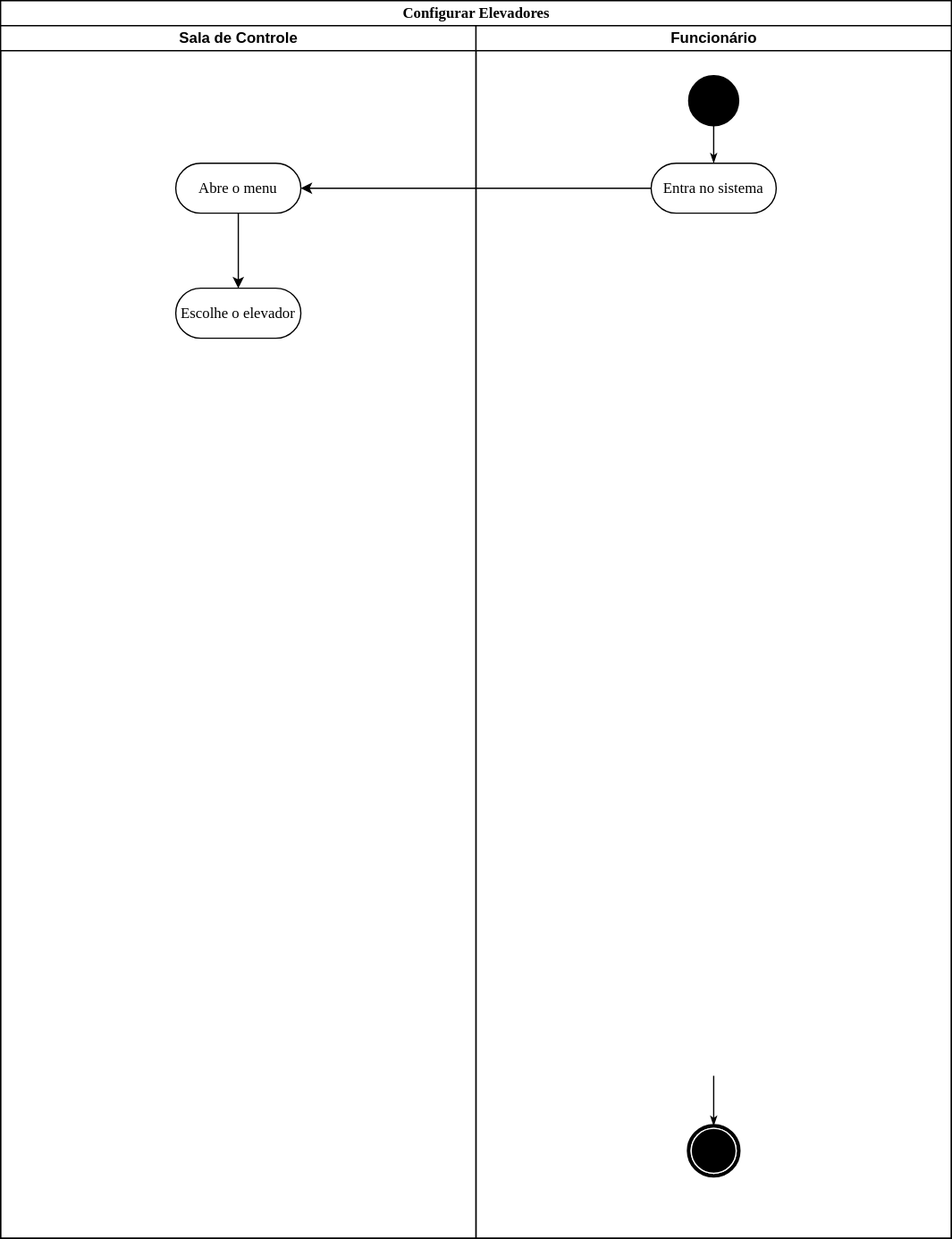
wholocked1/Projeto-2-modelagem keeps this draw.io diagram as Diagrama-Atividades/Configurar_Elevadores.svg. Above is the earlier version. Source tidied: cells renumbered, new cells last; positions are measured from the earlier drawing's top-left corner, leaving out a move shared by most shapes. The source it was exported from:
```xml
<mxGraphModel background="#ffffff">
  <root>
    <mxCell id="0" />
    <mxCell id="1" parent="0" />
    <mxCell id="2" value="Configurar Elevadores" style="swimlane;html=1;startSize=20;rounded=0;shadow=0;comic=0;labelBackgroundColor=none;strokeWidth=1;fontFamily=Verdana;fontSize=12;align=center;" parent="1" vertex="1">
      <mxGeometry width="760" height="990" as="geometry" />
    </mxCell>
    <mxCell id="3" value="Sala de Controle" style="swimlane;html=1;startSize=20;" parent="2" vertex="1">
      <mxGeometry y="20" width="380" height="970" as="geometry" />
    </mxCell>
    <mxCell id="4" style="edgeStyle=orthogonalEdgeStyle;rounded=0;jettySize=auto;html=1;exitX=0.5;exitY=1;exitDx=0;exitDy=0;entryX=0.5;entryY=0;entryDx=0;entryDy=0;" parent="3" edge="1" source="5" target="6">
      <mxGeometry relative="1" as="geometry" />
    </mxCell>
    <mxCell id="5" value="Abre o menu" style="rounded=1;whiteSpace=wrap;html=1;shadow=0;comic=0;labelBackgroundColor=none;strokeWidth=1;fontFamily=Verdana;fontSize=12;align=center;arcSize=50;" parent="3" vertex="1">
      <mxGeometry x="140" y="110" width="100" height="40" as="geometry" />
    </mxCell>
    <mxCell id="6" value="Escolhe o elevador" style="rounded=1;whiteSpace=wrap;html=1;shadow=0;comic=0;labelBackgroundColor=none;strokeWidth=1;fontFamily=Verdana;fontSize=12;align=center;arcSize=50;" parent="3" vertex="1">
      <mxGeometry x="140" y="210" width="100" height="40" as="geometry" />
    </mxCell>
    <mxCell id="7" value="Funcionário" style="swimlane;html=1;startSize=20;" parent="2" vertex="1">
      <mxGeometry x="380" y="20" width="380" height="970" as="geometry" />
    </mxCell>
    <mxCell id="8" style="edgeStyle=orthogonalEdgeStyle;rounded=0;html=1;labelBackgroundColor=none;startArrow=none;startFill=0;startSize=5;endArrow=classicThin;endFill=1;endSize=5;jettySize=auto;strokeWidth=1;fontFamily=Verdana;fontSize=12;" parent="7" edge="1" source="9" target="10">
      <mxGeometry relative="1" as="geometry" />
    </mxCell>
    <mxCell id="9" style="ellipse;whiteSpace=wrap;html=1;rounded=0;shadow=0;comic=0;labelBackgroundColor=none;strokeWidth=1;fillColor=#000000;fontFamily=Verdana;fontSize=12;align=center;" parent="7" vertex="1">
      <mxGeometry x="170" y="40" width="40" height="40" as="geometry" />
    </mxCell>
    <mxCell id="10" value="Entra no sistema" style="rounded=1;whiteSpace=wrap;html=1;shadow=0;comic=0;labelBackgroundColor=none;strokeWidth=1;fontFamily=Verdana;fontSize=12;align=center;arcSize=50;" parent="7" vertex="1">
      <mxGeometry x="140" y="110" width="100" height="40" as="geometry" />
    </mxCell>
    <mxCell id="11" style="edgeStyle=none;rounded=0;html=1;labelBackgroundColor=none;startArrow=none;startFill=0;startSize=5;endArrow=classicThin;endFill=1;endSize=5;jettySize=auto;strokeWidth=1;fontFamily=Verdana;fontSize=12;" parent="7" edge="1" target="12">
      <mxGeometry relative="1" as="geometry">
        <mxPoint x="190" y="840" as="sourcePoint" />
      </mxGeometry>
    </mxCell>
    <mxCell id="12" style="shape=mxgraph.bpmn.shape;html=1;verticalLabelPosition=bottom;labelBackgroundColor=#ffffff;verticalAlign=top;perimeter=ellipsePerimeter;outline=end;symbol=terminate;rounded=0;shadow=0;comic=0;strokeWidth=1;fontFamily=Verdana;fontSize=12;align=center;" parent="7" vertex="1">
      <mxGeometry x="170" y="880" width="40" height="40" as="geometry" />
    </mxCell>
    <mxCell id="13" style="edgeStyle=orthogonalEdgeStyle;rounded=0;jettySize=auto;html=1;exitX=0;exitY=0.5;exitDx=0;exitDy=0;entryX=1;entryY=0.5;entryDx=0;entryDy=0;" parent="2" edge="1" source="10" target="5">
      <mxGeometry relative="1" as="geometry" />
    </mxCell>
  </root>
</mxGraphModel>
```
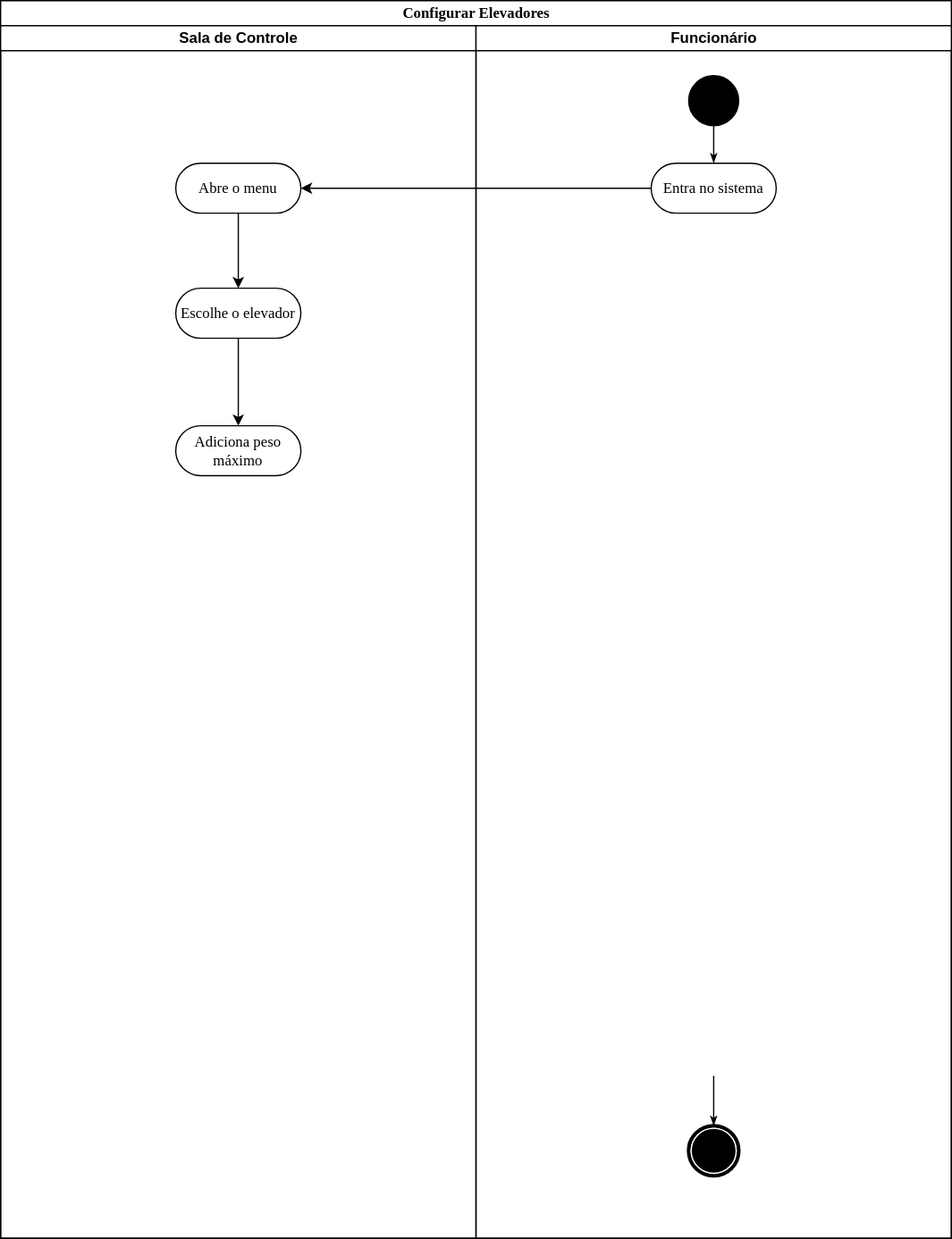
Above is the later version.

Diff of the diagram source:
```diff
@@ -14,9 +14,15 @@
     <mxCell id="5" value="Abre o menu" style="rounded=1;whiteSpace=wrap;html=1;shadow=0;comic=0;labelBackgroundColor=none;strokeWidth=1;fontFamily=Verdana;fontSize=12;align=center;arcSize=50;" parent="3" vertex="1">
       <mxGeometry x="140" y="110" width="100" height="40" as="geometry" />
     </mxCell>
+    <mxCell id="14" style="edgeStyle=orthogonalEdgeStyle;rounded=0;jettySize=auto;html=1;exitX=0.5;exitY=1;exitDx=0;exitDy=0;" parent="3" edge="1" source="6" target="15">
+      <mxGeometry relative="1" as="geometry" />
+    </mxCell>
     <mxCell id="6" value="Escolhe o elevador" style="rounded=1;whiteSpace=wrap;html=1;shadow=0;comic=0;labelBackgroundColor=none;strokeWidth=1;fontFamily=Verdana;fontSize=12;align=center;arcSize=50;" parent="3" vertex="1">
       <mxGeometry x="140" y="210" width="100" height="40" as="geometry" />
     </mxCell>
+    <mxCell id="15" value="Adiciona peso máximo" style="rounded=1;whiteSpace=wrap;html=1;shadow=0;comic=0;labelBackgroundColor=none;strokeWidth=1;fontFamily=Verdana;fontSize=12;align=center;arcSize=50;" parent="3" vertex="1">
+      <mxGeometry x="140" y="320" width="100" height="40" as="geometry" />
+    </mxCell>
     <mxCell id="7" value="Funcionário" style="swimlane;html=1;startSize=20;" parent="2" vertex="1">
       <mxGeometry x="380" y="20" width="380" height="970" as="geometry" />
     </mxCell>
```
